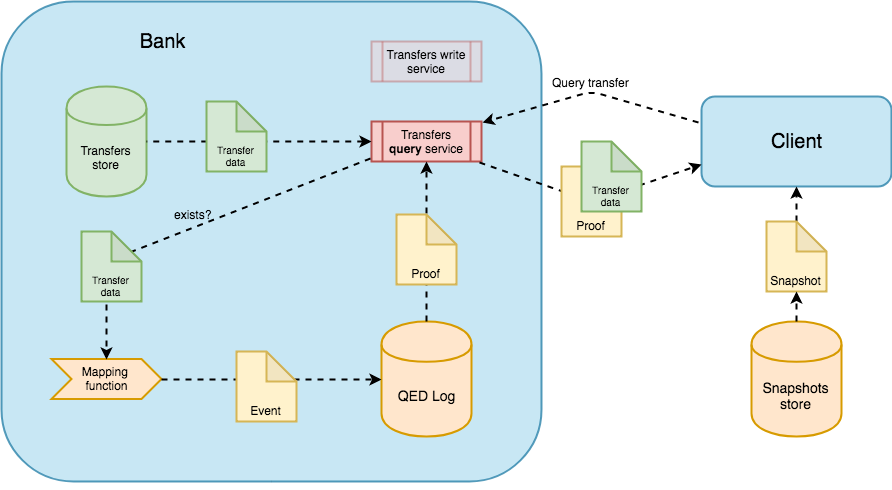
Above: rtd_docs/source/_static/images/qed_bank_transfers_proof.png in BBVA/qed (draw.io), before the change. Source tidied: cells renumbered, new cells last; positions are measured from the earlier drawing's top-left corner, leaving out a move shared by most shapes. The source it was exported from:
```xml
<mxGraphModel>
  <root>
    <mxCell id="0" />
    <mxCell id="1" parent="0" />
    <mxCell id="2" style="group;" parent="1" vertex="1">
      <mxGeometry width="890" height="480" as="geometry" />
    </mxCell>
    <mxCell id="3" style="group;" parent="2" vertex="1">
      <mxGeometry width="890" height="480" as="geometry" />
    </mxCell>
    <mxCell id="4" style="group;" parent="3" vertex="1">
      <mxGeometry width="890" height="480" as="geometry" />
    </mxCell>
    <mxCell id="5" style="group;" parent="4" vertex="1">
      <mxGeometry width="890" height="480" as="geometry" />
    </mxCell>
    <mxCell id="6" style="rounded=1;whiteSpace=wrap;html=1;fillColor=#b1ddf0;strokeColor=#10739e;strokeWidth=2;opacity=70;" parent="5" vertex="1">
      <mxGeometry width="540" height="480" as="geometry" />
    </mxCell>
    <mxCell id="7" value="Transfers &lt;b&gt;query&lt;/b&gt; service" style="shape=process;whiteSpace=wrap;html=1;backgroundOutline=1;fillColor=#f8cecc;strokeColor=#b85450;strokeWidth=2;" parent="5" vertex="1">
      <mxGeometry x="370" y="120" width="110" height="40" as="geometry" />
    </mxCell>
    <mxCell id="8" value="Transfers write service" style="shape=process;whiteSpace=wrap;html=1;backgroundOutline=1;fillColor=#f8cecc;strokeColor=#b85450;strokeWidth=2;glass=0;shadow=0;opacity=40;" parent="5" vertex="1">
      <mxGeometry x="370" y="40" width="110" height="40" as="geometry" />
    </mxCell>
    <mxCell id="9" value="&lt;font style=&quot;font-size: 20px&quot;&gt;Client&lt;/font&gt;" style="rounded=1;whiteSpace=wrap;html=1;fillColor=#b1ddf0;strokeColor=#10739e;strokeWidth=2;fontSize=16;opacity=70;" parent="5" vertex="1">
      <mxGeometry x="700" y="95" width="190" height="90" as="geometry" />
    </mxCell>
    <mxCell id="10" value="&lt;font style=&quot;font-size: 20px&quot;&gt;Bank&lt;/font&gt;" style="text;html=1;strokeColor=none;fillColor=none;align=center;verticalAlign=middle;whiteSpace=wrap;rounded=0;labelBackgroundColor=none;fontSize=16;" parent="5" vertex="1">
      <mxGeometry x="140" y="30" width="40" height="20" as="geometry" />
    </mxCell>
    <mxCell id="11" value="&lt;span style=&quot;background-color: rgb(255, 255, 255); font-size: 12px;&quot;&gt;&lt;font style=&quot;font-size: 12px;&quot;&gt;Query transfer&lt;/font&gt;&lt;/span&gt;" style="endArrow=classic;html=1;labelBackgroundColor=#B1DDF0;fontSize=12;entryX=1.009;entryY=0.025;entryDx=0;entryDy=0;dashed=1;strokeWidth=2;entryPerimeter=0;verticalAlign=bottom;" parent="5" edge="1" target="7">
      <mxGeometry relative="1" as="geometry">
        <mxPoint x="697" y="121" as="sourcePoint" />
        <Array as="points">
          <mxPoint x="590" y="90" />
        </Array>
      </mxGeometry>
    </mxCell>
    <mxCell id="12" value="Transfers store" style="shape=cylinder;whiteSpace=wrap;html=1;boundedLbl=1;backgroundOutline=1;fillColor=#d5e8d4;strokeColor=#82b366;strokeWidth=2;" parent="5" vertex="1">
      <mxGeometry x="65" y="85" width="80" height="110" as="geometry" />
    </mxCell>
    <mxCell id="13" style="endArrow=none;html=1;labelBackgroundColor=#B1DDF0;fontSize=10;exitX=0;exitY=0.5;exitDx=0;exitDy=0;entryX=1;entryY=0.5;entryDx=0;entryDy=0;strokeWidth=2;dashed=1;startArrow=classic;startFill=1;endFill=0;" parent="5" edge="1" source="7" target="12">
      <mxGeometry relative="1" as="geometry" />
    </mxCell>
    <mxCell id="14" value="&lt;font style=&quot;font-size: 12px&quot;&gt;Mapping&amp;nbsp;&lt;br&gt;function&lt;/font&gt;&lt;br&gt;" style="shape=step;perimeter=stepPerimeter;whiteSpace=wrap;html=1;fixedSize=1;rounded=0;shadow=0;glass=0;comic=0;labelBackgroundColor=none;strokeColor=#d79b00;strokeWidth=2;fillColor=#ffe6cc;fontSize=10;" parent="5" vertex="1">
      <mxGeometry x="50" y="357.5" width="110" height="40" as="geometry" />
    </mxCell>
    <mxCell id="15" value="&lt;font style=&quot;font-size: 14px&quot;&gt;QED Log&lt;/font&gt;" style="shape=cylinder;whiteSpace=wrap;html=1;boundedLbl=1;backgroundOutline=1;rounded=0;shadow=0;glass=0;comic=0;labelBackgroundColor=none;strokeColor=#d79b00;strokeWidth=2;fillColor=#ffe6cc;fontSize=10;" parent="5" vertex="1">
      <mxGeometry x="380" y="320" width="90" height="115" as="geometry" />
    </mxCell>
    <mxCell id="16" style="endArrow=classic;html=1;labelBackgroundColor=#B1DDF0;fontSize=10;exitX=1;exitY=0.5;exitDx=0;exitDy=0;entryX=0;entryY=0.5;entryDx=0;entryDy=0;strokeWidth=2;dashed=1;" parent="5" edge="1" source="14" target="15">
      <mxGeometry relative="1" as="geometry" />
    </mxCell>
    <mxCell id="17" value="&lt;font style=&quot;font-size: 12px&quot;&gt;Event&lt;/font&gt;" style="shape=note;whiteSpace=wrap;html=1;backgroundOutline=1;darkOpacity=0.05;labelBackgroundColor=#FFF2CC;strokeWidth=2;fontSize=10;verticalAlign=bottom;fillColor=#fff2cc;strokeColor=#d6b656;" parent="5" vertex="1">
      <mxGeometry x="235" y="350" width="60" height="70" as="geometry" />
    </mxCell>
    <mxCell id="18" style="edgeStyle=orthogonalEdgeStyle;rounded=0;orthogonalLoop=1;jettySize=auto;html=1;exitX=0.5;exitY=1;exitDx=0;exitDy=0;dashed=1;labelBackgroundColor=#B1DDF0;strokeWidth=2;fontSize=10;" parent="5" edge="1" source="6" target="6">
      <mxGeometry relative="1" as="geometry" />
    </mxCell>
    <mxCell id="19" style="endArrow=classic;html=1;dashed=1;labelBackgroundColor=#B1DDF0;strokeWidth=2;fontSize=10;exitX=0.5;exitY=0;exitDx=0;exitDy=0;entryX=0.5;entryY=1;entryDx=0;entryDy=0;" parent="5" edge="1" source="15" target="7">
      <mxGeometry relative="1" as="geometry" />
    </mxCell>
    <mxCell id="20" value="&lt;font style=&quot;font-size: 12px&quot;&gt;Proof&lt;/font&gt;" style="shape=note;whiteSpace=wrap;html=1;backgroundOutline=1;darkOpacity=0.05;labelBackgroundColor=#FFF2CC;strokeWidth=2;fontSize=10;verticalAlign=bottom;fillColor=#fff2cc;strokeColor=#d6b656;" parent="5" vertex="1">
      <mxGeometry x="395" y="213" width="60" height="70" as="geometry" />
    </mxCell>
    <mxCell id="21" value="&lt;font style=&quot;font-size: 14px&quot;&gt;Snapshots store&lt;/font&gt;" style="shape=cylinder;whiteSpace=wrap;html=1;boundedLbl=1;backgroundOutline=1;rounded=0;shadow=0;glass=0;comic=0;labelBackgroundColor=none;strokeColor=#d79b00;strokeWidth=2;fillColor=#ffe6cc;fontSize=10;" parent="5" vertex="1">
      <mxGeometry x="750" y="320" width="90" height="115" as="geometry" />
    </mxCell>
    <mxCell id="22" style="endArrow=classic;html=1;dashed=1;labelBackgroundColor=#B1DDF0;strokeWidth=2;fontSize=10;entryX=0.5;entryY=1;entryDx=0;entryDy=0;" parent="5" edge="1" source="27" target="9">
      <mxGeometry relative="1" as="geometry" />
    </mxCell>
    <mxCell id="23" style="endArrow=classic;html=1;dashed=1;labelBackgroundColor=#B1DDF0;strokeWidth=2;fontSize=10;exitX=0.982;exitY=1.025;exitDx=0;exitDy=0;entryX=0;entryY=0.75;entryDx=0;entryDy=0;exitPerimeter=0;" parent="5" edge="1" source="7" target="9">
      <mxGeometry relative="1" as="geometry">
        <Array as="points">
          <mxPoint x="590" y="200" />
        </Array>
      </mxGeometry>
    </mxCell>
    <mxCell id="24" value="&lt;font style=&quot;font-size: 12px&quot;&gt;Proof&lt;/font&gt;" style="shape=note;whiteSpace=wrap;html=1;backgroundOutline=1;darkOpacity=0.05;labelBackgroundColor=#FFF2CC;strokeWidth=2;fontSize=10;verticalAlign=bottom;fillColor=#fff2cc;strokeColor=#d6b656;" parent="5" vertex="1">
      <mxGeometry x="560" y="165" width="60" height="70" as="geometry" />
    </mxCell>
    <mxCell id="25" value="exists?" style="endArrow=classic;html=1;dashed=1;labelBackgroundColor=none;strokeWidth=2;fontSize=12;exitX=-0.009;exitY=0.925;exitDx=0;exitDy=0;exitPerimeter=0;entryX=0.5;entryY=0;entryDx=0;entryDy=0;verticalAlign=bottom;labelPosition=center;verticalLabelPosition=top;align=center;spacingTop=1;spacingLeft=1;spacingBottom=1;spacingRight=1;spacing=5;" parent="5" edge="1" source="7" target="14">
      <mxGeometry relative="1" as="geometry">
        <Array as="points">
          <mxPoint x="105" y="260" />
        </Array>
      </mxGeometry>
    </mxCell>
    <mxCell id="26" value="Transfer data" style="shape=note;whiteSpace=wrap;html=1;backgroundOutline=1;darkOpacity=0.05;labelBackgroundColor=#D5E8D4;strokeWidth=2;fontSize=10;verticalAlign=bottom;fillColor=#d5e8d4;strokeColor=#82b366;" parent="5" vertex="1">
      <mxGeometry x="80" y="230" width="60" height="70" as="geometry" />
    </mxCell>
    <mxCell id="27" value="&lt;font style=&quot;font-size: 12px&quot;&gt;Snapshot&lt;/font&gt;" style="shape=note;whiteSpace=wrap;html=1;backgroundOutline=1;darkOpacity=0.05;labelBackgroundColor=#FFF2CC;strokeWidth=2;fontSize=10;verticalAlign=bottom;fillColor=#fff2cc;strokeColor=#d6b656;" parent="5" vertex="1">
      <mxGeometry x="765" y="220" width="60" height="70" as="geometry" />
    </mxCell>
    <mxCell id="28" style="endArrow=classic;html=1;dashed=1;labelBackgroundColor=#B1DDF0;strokeWidth=2;fontSize=10;entryX=0.5;entryY=1;entryDx=0;entryDy=0;" parent="5" edge="1" source="21" target="27">
      <mxGeometry relative="1" as="geometry" />
    </mxCell>
    <mxCell id="29" value="Transfer data" style="shape=note;whiteSpace=wrap;html=1;backgroundOutline=1;darkOpacity=0.05;labelBackgroundColor=#D5E8D4;strokeWidth=2;fontSize=10;verticalAlign=bottom;fillColor=#d5e8d4;strokeColor=#82b366;" parent="5" vertex="1">
      <mxGeometry x="580" y="140" width="60" height="70" as="geometry" />
    </mxCell>
    <mxCell id="30" value="Transfer data" style="shape=note;whiteSpace=wrap;html=1;backgroundOutline=1;darkOpacity=0.05;labelBackgroundColor=#D5E8D4;strokeWidth=2;fontSize=10;verticalAlign=bottom;fillColor=#d5e8d4;strokeColor=#82b366;" parent="5" vertex="1">
      <mxGeometry x="205" y="100" width="60" height="70" as="geometry" />
    </mxCell>
  </root>
</mxGraphModel>
```
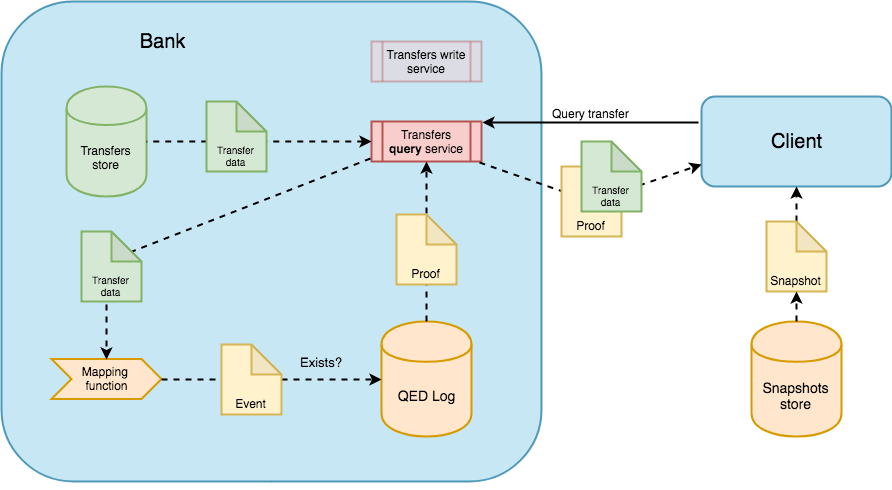
After the change.

Diff of the diagram source:
```diff
@@ -29,12 +29,9 @@
     <mxCell id="10" value="&lt;font style=&quot;font-size: 20px&quot;&gt;Bank&lt;/font&gt;" style="text;html=1;strokeColor=none;fillColor=none;align=center;verticalAlign=middle;whiteSpace=wrap;rounded=0;labelBackgroundColor=none;fontSize=16;" parent="5" vertex="1">
       <mxGeometry x="140" y="30" width="40" height="20" as="geometry" />
     </mxCell>
-    <mxCell id="11" value="&lt;span style=&quot;background-color: rgb(255, 255, 255); font-size: 12px;&quot;&gt;&lt;font style=&quot;font-size: 12px;&quot;&gt;Query transfer&lt;/font&gt;&lt;/span&gt;" style="endArrow=classic;html=1;labelBackgroundColor=#B1DDF0;fontSize=12;entryX=1.009;entryY=0.025;entryDx=0;entryDy=0;dashed=1;strokeWidth=2;entryPerimeter=0;verticalAlign=bottom;" parent="5" edge="1" target="7">
+    <mxCell id="11" value="&lt;span style=&quot;background-color: rgb(255, 255, 255); font-size: 12px;&quot;&gt;&lt;font style=&quot;font-size: 12px;&quot;&gt;Query transfer&lt;/font&gt;&lt;/span&gt;" style="endArrow=classic;html=1;labelBackgroundColor=#B1DDF0;fontSize=12;entryX=1.009;entryY=0.025;entryDx=0;entryDy=0;strokeWidth=2;entryPerimeter=0;verticalAlign=bottom;" parent="5" edge="1" target="7">
       <mxGeometry relative="1" as="geometry">
         <mxPoint x="697" y="121" as="sourcePoint" />
-        <Array as="points">
-          <mxPoint x="590" y="90" />
-        </Array>
       </mxGeometry>
     </mxCell>
     <mxCell id="12" value="Transfers store" style="shape=cylinder;whiteSpace=wrap;html=1;boundedLbl=1;backgroundOutline=1;fillColor=#d5e8d4;strokeColor=#82b366;strokeWidth=2;" parent="5" vertex="1">
@@ -49,11 +46,11 @@
     <mxCell id="15" value="&lt;font style=&quot;font-size: 14px&quot;&gt;QED Log&lt;/font&gt;" style="shape=cylinder;whiteSpace=wrap;html=1;boundedLbl=1;backgroundOutline=1;rounded=0;shadow=0;glass=0;comic=0;labelBackgroundColor=none;strokeColor=#d79b00;strokeWidth=2;fillColor=#ffe6cc;fontSize=10;" parent="5" vertex="1">
       <mxGeometry x="380" y="320" width="90" height="115" as="geometry" />
     </mxCell>
-    <mxCell id="16" style="endArrow=classic;html=1;labelBackgroundColor=#B1DDF0;fontSize=10;exitX=1;exitY=0.5;exitDx=0;exitDy=0;entryX=0;entryY=0.5;entryDx=0;entryDy=0;strokeWidth=2;dashed=1;" parent="5" edge="1" source="14" target="15">
-      <mxGeometry relative="1" as="geometry" />
+    <mxCell id="16" value="&lt;div style=&quot;text-align: center&quot;&gt;&lt;font style=&quot;font-size: 13px&quot;&gt;Exists?&lt;/font&gt;&lt;/div&gt;" style="endArrow=classic;html=1;labelBackgroundColor=none;fontSize=10;exitX=1;exitY=0.5;exitDx=0;exitDy=0;entryX=0;entryY=0.5;entryDx=0;entryDy=0;strokeWidth=2;dashed=1;labelPosition=center;verticalLabelPosition=top;align=center;verticalAlign=bottom;" parent="5" edge="1" source="14" target="15">
+      <mxGeometry x="0.45" y="8" relative="1" as="geometry" />
     </mxCell>
     <mxCell id="17" value="&lt;font style=&quot;font-size: 12px&quot;&gt;Event&lt;/font&gt;" style="shape=note;whiteSpace=wrap;html=1;backgroundOutline=1;darkOpacity=0.05;labelBackgroundColor=#FFF2CC;strokeWidth=2;fontSize=10;verticalAlign=bottom;fillColor=#fff2cc;strokeColor=#d6b656;" parent="5" vertex="1">
-      <mxGeometry x="235" y="350" width="60" height="70" as="geometry" />
+      <mxGeometry x="220" y="343" width="60" height="70" as="geometry" />
     </mxCell>
     <mxCell id="18" style="edgeStyle=orthogonalEdgeStyle;rounded=0;orthogonalLoop=1;jettySize=auto;html=1;exitX=0.5;exitY=1;exitDx=0;exitDy=0;dashed=1;labelBackgroundColor=#B1DDF0;strokeWidth=2;fontSize=10;" parent="5" edge="1" source="6" target="6">
       <mxGeometry relative="1" as="geometry" />
@@ -80,7 +77,7 @@
     <mxCell id="24" value="&lt;font style=&quot;font-size: 12px&quot;&gt;Proof&lt;/font&gt;" style="shape=note;whiteSpace=wrap;html=1;backgroundOutline=1;darkOpacity=0.05;labelBackgroundColor=#FFF2CC;strokeWidth=2;fontSize=10;verticalAlign=bottom;fillColor=#fff2cc;strokeColor=#d6b656;" parent="5" vertex="1">
       <mxGeometry x="560" y="165" width="60" height="70" as="geometry" />
     </mxCell>
-    <mxCell id="25" value="exists?" style="endArrow=classic;html=1;dashed=1;labelBackgroundColor=none;strokeWidth=2;fontSize=12;exitX=-0.009;exitY=0.925;exitDx=0;exitDy=0;exitPerimeter=0;entryX=0.5;entryY=0;entryDx=0;entryDy=0;verticalAlign=bottom;labelPosition=center;verticalLabelPosition=top;align=center;spacingTop=1;spacingLeft=1;spacingBottom=1;spacingRight=1;spacing=5;" parent="5" edge="1" source="7" target="14">
+    <mxCell id="25" style="endArrow=classic;html=1;dashed=1;labelBackgroundColor=none;strokeWidth=2;fontSize=12;exitX=-0.009;exitY=0.925;exitDx=0;exitDy=0;exitPerimeter=0;entryX=0.5;entryY=0;entryDx=0;entryDy=0;verticalAlign=bottom;labelPosition=center;verticalLabelPosition=top;align=center;spacingTop=1;spacingLeft=1;spacingBottom=1;spacingRight=1;spacing=5;" parent="5" edge="1" source="7" target="14">
       <mxGeometry relative="1" as="geometry">
         <Array as="points">
           <mxPoint x="105" y="260" />
```
